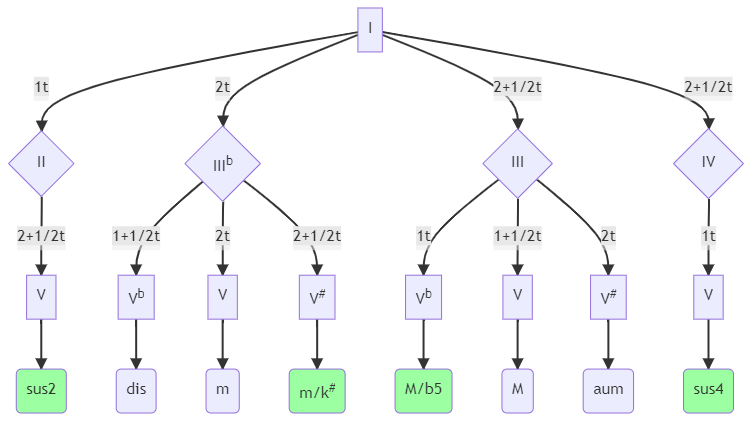
The Mermaid diagram docs/assets/chord_definition.png in juandspy/guitar-notes, before a commit. Its source is kept beside it as docs/assets/chord_definition.mmd. Its diagram source:
```mermaid
{
  "theme": "default",
  "htmlLabels": true,
  "securityLevel": "loose"
}

graph TD
    g1[I] -->|1t| g2{II}
    g2 -->|2+1/2t| g5_1[V]
    g5_1 --> sus2(sus2)

    g1 -->|2t| g3b{III<sup>b</sup>}
    g3b -->|1+1/2t| g5_2_b[V<sup>b</sup>]
    g5_2_b --> dis(dis)
    g3b -->|2t| g5_2[V]
    g5_2 --> m(m)
    g3b -->|2+1/2t| g5_2_s[V<sup>#</sup>]
    g5_2_s --> m5(m/k<sup>#</sup>)

    g1 -->|2+1/2t| g3{III}
    g3 -->|1t| g5_3_b[V<sup>b</sup>]
    g5_3_b --> Mb5(M/b5)
    g3 -->|1+1/2t| g5_3[V]
    g5_3 --> M(M)
    g3 -->|2t| g5_3_s[V<sup>#</sup>]
    g5_3_s --> aum(aum)

    g1[I] -->|2+1/2t| g4{IV}
    g4 -->|1t| g5_4[V]
    g5_4 --> sus4(sus4)

style sus2 fill:#9cffa2
style m5 fill:#9cffa2
style Mb5 fill:#9cffa2
style sus4 fill:#9cffa2
```
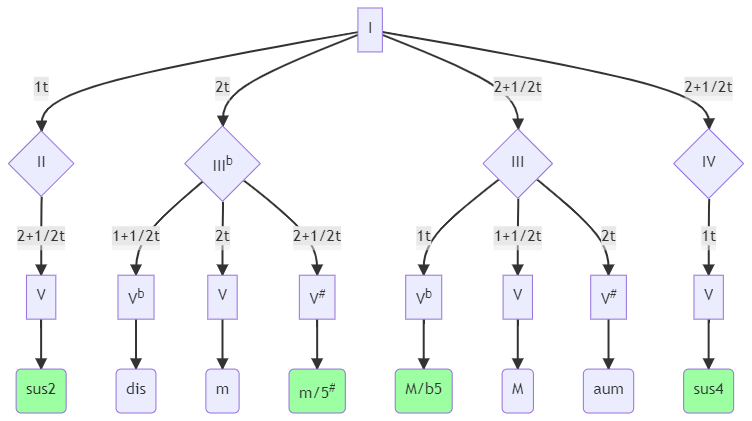
Above is the later version.

Commit message:
fix typo in chord m/5 suspended

The edit, as a diff of the source:
```diff
@@ -15,7 +15,7 @@
     g3b -->|2t| g5_2[V]
     g5_2 --> m(m)
     g3b -->|2+1/2t| g5_2_s[V<sup>#</sup>]
-    g5_2_s --> m5(m/k<sup>#</sup>)
+    g5_2_s --> m5(m/5<sup>#</sup>)
 
     g1 -->|2+1/2t| g3{III}
     g3 -->|1t| g5_3_b[V<sup>b</sup>]
```
